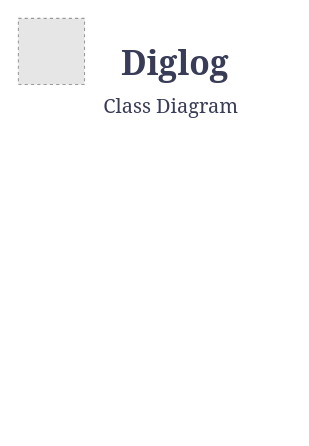
Before: Diglog-Intro/class.drawio in mmd-punisher/Diglog, a draw.io diagram. Source tidied: cells renumbered, new cells numbered last; positions are measured from the earlier drawing's top-left corner, leaving out a move shared by most shapes. Both pictures are drawn from the tidied source at 105%, with x=0, y=0 at pixel (18, 18). Pictures stored in the file or linked from it are replaced by grey dashed boxes.
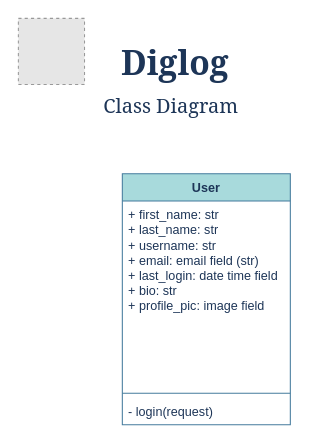
The same page after the edit.

What changed in the source:
```diff
@@
 <mxGraphModel>
   <root>
     <mxCell id="0" />
     <mxCell id="1" parent="0" />
-    <mxCell id="2" style="fillColor=#E6E6E6;strokeColor=#999999;dashed=1;verticalLabelPosition=bottom;labelBackgroundColor=none;verticalAlign=top;fontColor=#393C56;" parent="1" vertex="1">
+    <mxCell id="2" style="fillColor=#E6E6E6;strokeColor=#999999;dashed=1;verticalLabelPosition=bottom;labelBackgroundColor=none;verticalAlign=top;fontColor=#1D3557;" parent="1" vertex="1">
       <mxGeometry width="63" height="63" as="geometry" />
     </mxCell>
-    <mxCell id="3" value="&lt;h1&gt;&lt;font style=&quot;font-size: 32px;&quot; face=&quot;Georgia&quot;&gt;Diglog&lt;/font&gt;&lt;/h1&gt;" style="text;html=1;align=center;verticalAlign=middle;strokeColor=none;fillColor=none;labelBackgroundColor=none;fontColor=#393C56;strokeWidth=3;" parent="1" vertex="1">
+    <mxCell id="3" value="&lt;h1&gt;&lt;font style=&quot;font-size: 32px;&quot; face=&quot;Georgia&quot;&gt;Diglog&lt;/font&gt;&lt;/h1&gt;" style="text;html=1;align=center;verticalAlign=middle;strokeColor=none;fillColor=none;labelBackgroundColor=none;fontColor=#1D3557;strokeWidth=3;" parent="1" vertex="1">
       <mxGeometry x="87" width="124" height="83" as="geometry" />
     </mxCell>
-    <mxCell id="4" value="&lt;h2&gt;&lt;font style=&quot;font-size: 19px; font-weight: normal;&quot; face=&quot;Georgia&quot;&gt;Class Diagram&lt;/font&gt;&lt;/h2&gt;" style="text;html=1;align=center;verticalAlign=middle;strokeColor=none;fillColor=none;labelBackgroundColor=none;fontColor=#393C56;strokeWidth=3;" parent="1" vertex="1">
+    <mxCell id="4" value="&lt;h2&gt;&lt;font style=&quot;font-size: 19px; font-weight: normal;&quot; face=&quot;Georgia&quot;&gt;Class Diagram&lt;/font&gt;&lt;/h2&gt;" style="text;html=1;align=center;verticalAlign=middle;strokeColor=none;fillColor=none;labelBackgroundColor=none;fontColor=#1D3557;strokeWidth=3;" parent="1" vertex="1">
       <mxGeometry x="75" y="51" width="139" height="65" as="geometry" />
     </mxCell>
+    <mxCell id="5" value="User" style="swimlane;fontStyle=1;align=center;verticalAlign=top;horizontal=1;startSize=26;whiteSpace=wrap;html=1;labelBackgroundColor=none;fillColor=#A8DADC;strokeColor=#457B9D;fontColor=#1D3557;" parent="1" vertex="1">
+      <mxGeometry x="99" y="148" width="160" height="239" as="geometry" />
+    </mxCell>
+    <mxCell id="6" value="+ first_name: str&lt;div&gt;+ last_name: str&lt;/div&gt;&lt;div&gt;+ username: str&lt;/div&gt;&lt;div&gt;+ email: email field (str)&lt;/div&gt;&lt;div&gt;+ last_login: date time field&lt;/div&gt;&lt;div&gt;+ bio: str&lt;/div&gt;&lt;div&gt;+ profile_pic: image field&lt;/div&gt;" style="text;strokeColor=none;fillColor=none;align=left;verticalAlign=top;spacingLeft=4;spacingRight=4;overflow=hidden;whiteSpace=wrap;html=1;labelBackgroundColor=none;fontColor=#1D3557;" parent="5" vertex="1">
+      <mxGeometry y="26" width="160" height="179" as="geometry" />
+    </mxCell>
+    <mxCell id="7" style="line;strokeWidth=1;fillColor=none;align=left;verticalAlign=middle;spacingTop=-1;spacingLeft=3;spacingRight=3;labelPosition=right;strokeColor=#457B9D;labelBackgroundColor=none;fontColor=#1D3557;" parent="5" vertex="1">
+      <mxGeometry y="205" width="160" height="8" as="geometry" />
+    </mxCell>
+    <mxCell id="8" value="- login(request)" style="text;strokeColor=none;fillColor=none;align=left;verticalAlign=top;spacingLeft=4;spacingRight=4;overflow=hidden;whiteSpace=wrap;html=1;labelBackgroundColor=none;fontColor=#1D3557;" parent="5" vertex="1">
+      <mxGeometry y="213" width="160" height="26" as="geometry" />
+    </mxCell>
   </root>
 </mxGraphModel>
```
